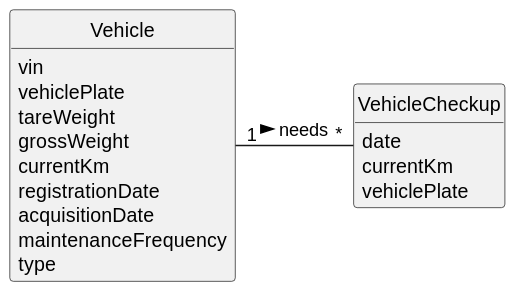
This is docs/sprintB/us007/02.analysis/svg/us007-domain-model.svg from ricardomm7/leaflink, a PlantUML export, as it was before one commit.
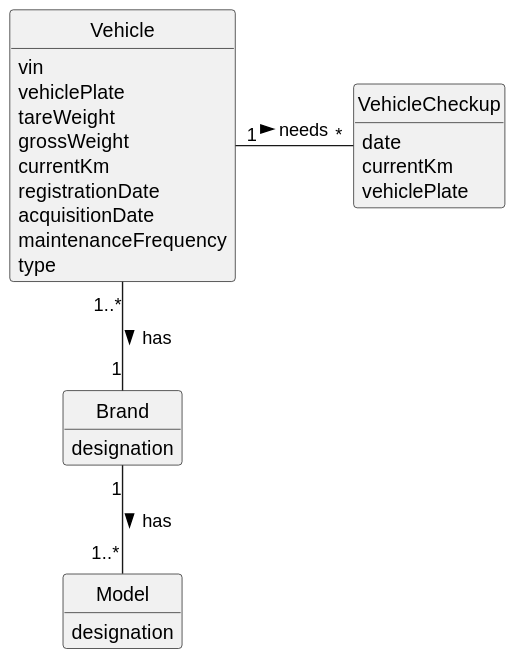
After the commit.

The edit, as a diff of the source:
```diff
@@ -26,8 +26,17 @@
 acquisitionDate
 maintenanceFrequency
 type
-
 }
 
+class Brand {
+    designation
+}
+
+class Model{
+    designation
+}
+
+Vehicle "1..*"-- "1" Brand: has >
+Brand "1" -- "1..*" Model: has >
 Vehicle "1" - "*" VehicleCheckup : needs >
 @enduml
```
